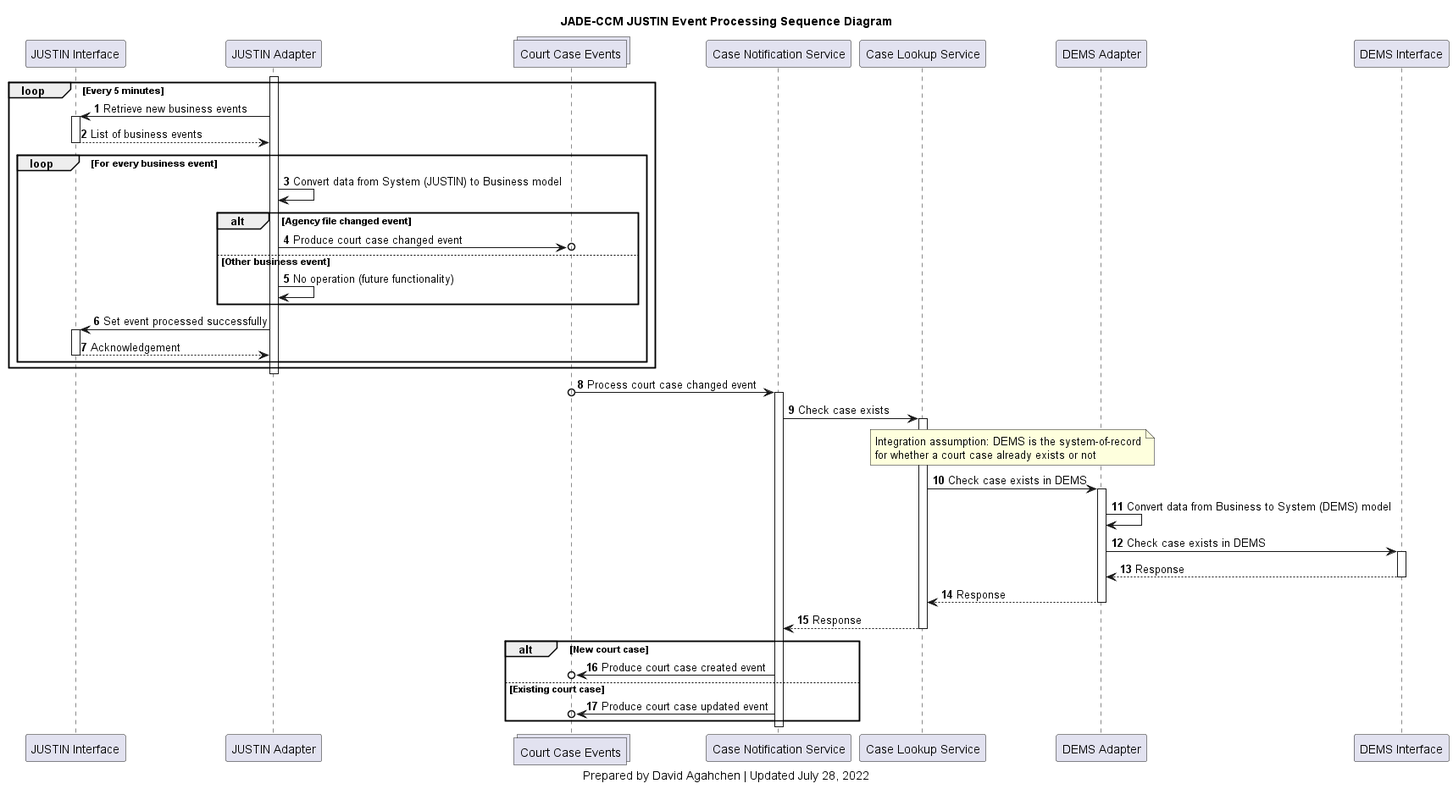
This is img/ccm_justin_event_processing_sequence_diagram.png from bcgov/jpss-jade-ccm, a PlantUML export, as it was before one commit.
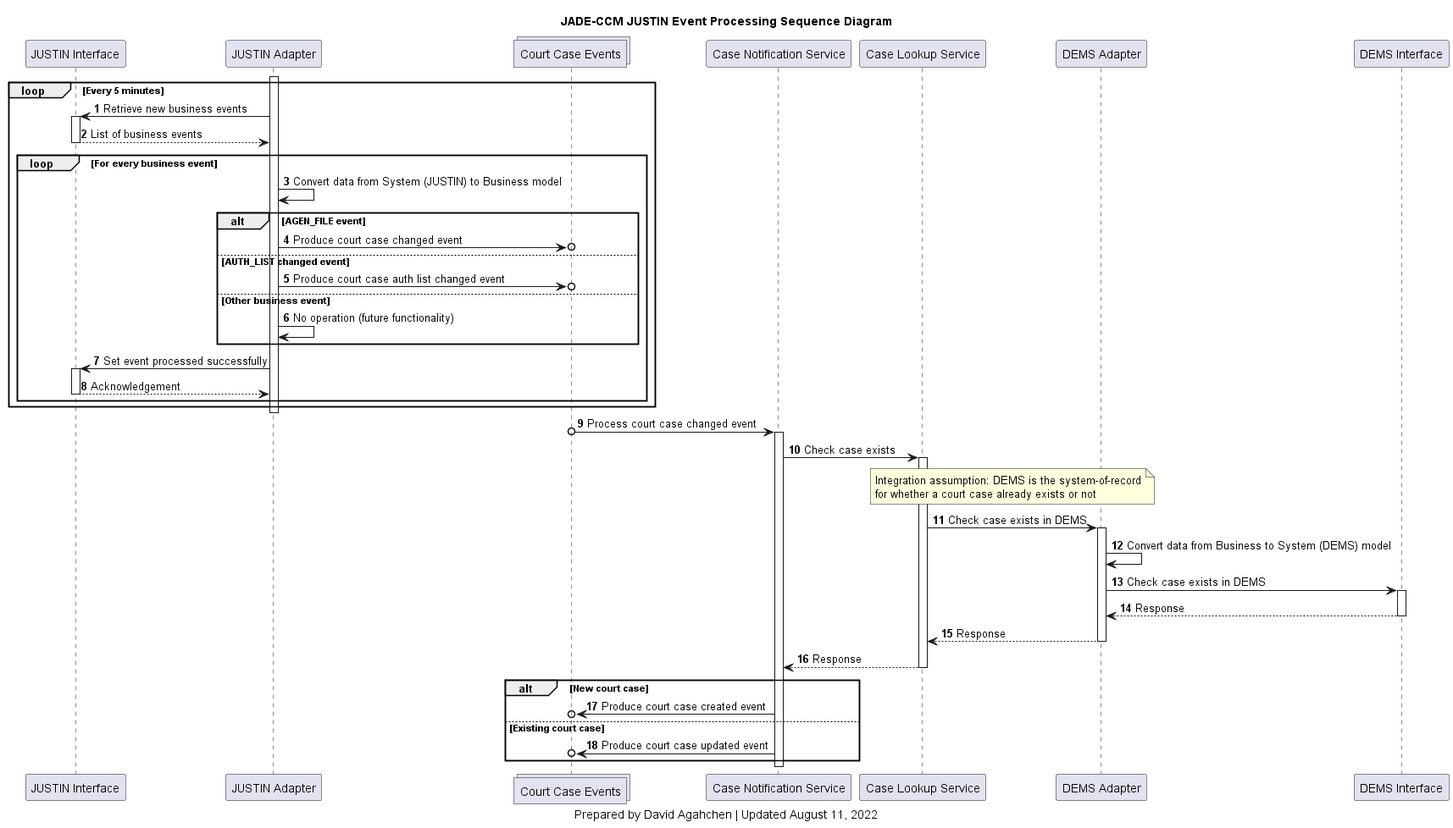
The same file after the commit.

Diff of the diagram source:
```diff
@@ -21,8 +21,10 @@
     deactivate j_interface
     loop For every business event
         j_adapter -> j_adapter: Convert data from System (JUSTIN) to Business model
-        alt Agency file changed event
+        alt AGEN_FILE event
             j_adapter ->o court_cases_topic: Produce court case changed event
+        else AUTH_LIST changed event
+            j_adapter ->o court_cases_topic: Produce court case auth list changed event
         else Other business event
             j_adapter -> j_adapter: No operation (future functionality)
         end
@@ -61,6 +63,6 @@
 deactivate case_notification_service
 
 caption
-Prepared by David Agahchen | Updated July 28, 2022
+Prepared by David Agahchen | Updated August 11, 2022
 end caption
 @enduml
```
